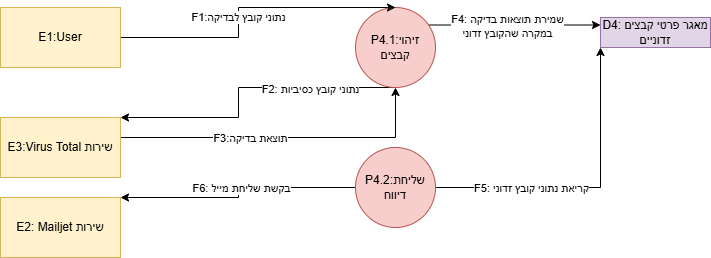
EyasSh/WiresharkClone keeps this draw.io diagram as הפרוייקט/DFD1_E.P4SUB.png. Above is the earlier version. Source tidied: cells renumbered, new cells last; positions are measured from the earlier drawing's top-left corner, leaving out a move shared by most shapes.
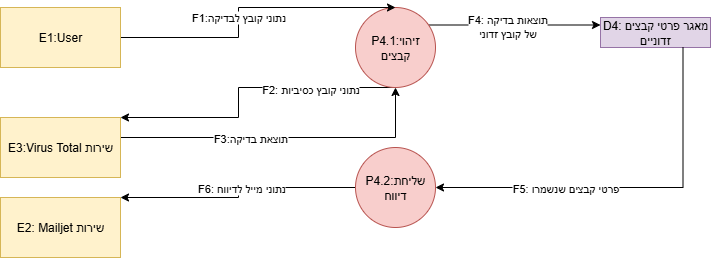
After the commit.

What changed in the source:
```diff
@@ -20,19 +20,11 @@
         </Array>
       </mxGeometry>
     </mxCell>
-    <mxCell id="5" value="&lt;div&gt;F4: שמירת תוצאות בדיקה&lt;/div&gt;&lt;div&gt;במקרה שהקובץ זדוני&lt;/div&gt;" style="edgeLabel;html=1;align=center;verticalAlign=middle;" parent="4" vertex="1">
+    <mxCell id="5" value="&lt;div&gt;F4: תוצאות בדיקה&lt;/div&gt;&lt;div&gt;של קובץ זדוני&lt;/div&gt;" style="edgeLabel;html=1;align=center;verticalAlign=middle;" parent="4" vertex="1">
       <mxGeometry x="-0.09" relative="1" as="geometry">
         <mxPoint y="1" as="offset" />
       </mxGeometry>
     </mxCell>
-    <mxCell id="6" style="edgeStyle=orthogonalEdgeStyle;rounded=0;jettySize=auto;html=1;entryX=0;entryY=1;entryDx=0;entryDy=0;exitX=1;exitY=0.5;exitDx=0;exitDy=0;" parent="1" edge="1" source="11" target="19">
-      <mxGeometry relative="1" as="geometry" />
-    </mxCell>
-    <mxCell id="7" value="&lt;div&gt;F5: קריאת נתוני קובץ זדוני&lt;/div&gt;" style="edgeLabel;html=1;align=center;verticalAlign=middle;" parent="6" vertex="1">
-      <mxGeometry x="-0.33" y="1" relative="1" as="geometry">
-        <mxPoint x="-7" y="1" as="offset" />
-      </mxGeometry>
-    </mxCell>
     <mxCell id="8" value="P4.1:זיהוי קבצים" style="ellipse;whiteSpace=wrap;html=1;fillColor=#f8cecc;strokeColor=#b85450;" parent="1" vertex="1">
       <mxGeometry x="355" width="80" height="80" as="geometry" />
     </mxCell>
@@ -44,7 +36,7 @@
         </Array>
       </mxGeometry>
     </mxCell>
-    <mxCell id="10" value="F6: בקשת שליחת מייל" style="edgeLabel;html=1;align=center;verticalAlign=middle;" parent="9" vertex="1">
+    <mxCell id="10" value="F6: נתוני מייל לדיווח" style="edgeLabel;html=1;align=center;verticalAlign=middle;" parent="9" vertex="1">
       <mxGeometry x="-0.39" y="-1" relative="1" as="geometry">
         <mxPoint x="-40" y="1" as="offset" />
       </mxGeometry>
@@ -85,5 +77,15 @@
     <mxCell id="19" value="D4: מאגר פרטי קבצים זדוניים" style="rounded=0;whiteSpace=wrap;html=1;fillColor=#e1d5e7;strokeColor=#9673a6;" parent="1" vertex="1">
       <mxGeometry x="600" y="10" width="110" height="30" as="geometry" />
     </mxCell>
+    <mxCell id="20" style="endArrow=classic;html=1;rounded=0;edgeStyle=elbowEdgeStyle;elbow=vertical;entryX=1;entryY=0.5;entryDx=0;entryDy=0;exitX=0.75;exitY=1;exitDx=0;exitDy=0;" parent="1" edge="1" source="19" target="11">
+      <mxGeometry relative="1" as="geometry">
+        <Array as="points">
+          <mxPoint x="560" y="180" />
+        </Array>
+      </mxGeometry>
+    </mxCell>
+    <mxCell id="21" value="F5: פרטי קבצים שנשמרו" style="edgeLabel;html=1;align=center;verticalAlign=middle;" parent="20" vertex="1">
+      <mxGeometry x="0.33" relative="1" as="geometry" />
+    </mxCell>
   </root>
 </mxGraphModel>
```
